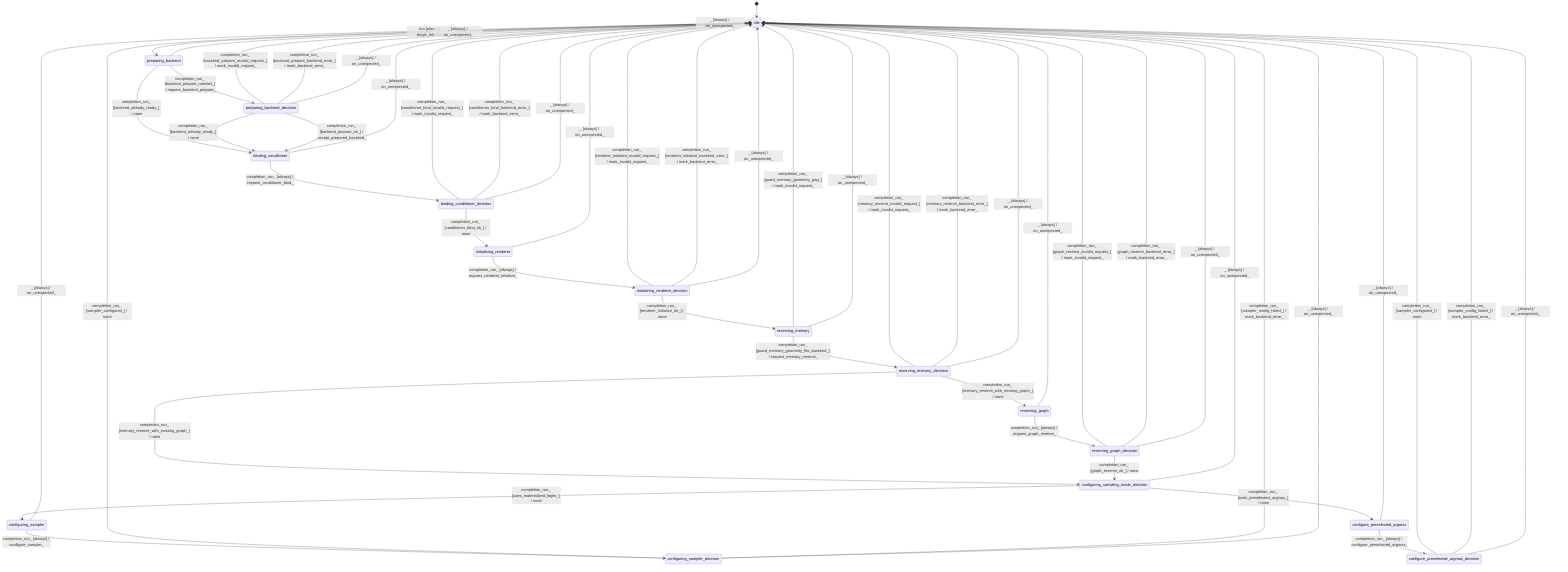
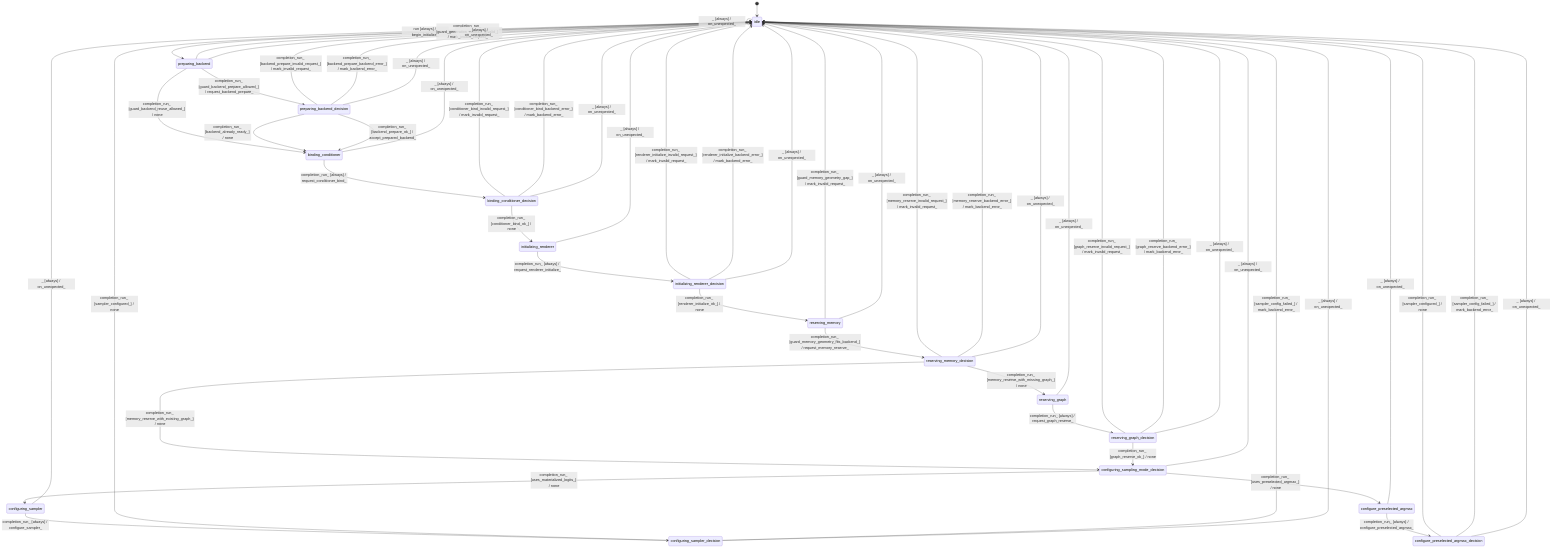
stateDiagram-v2
  direction TB
  [*] --> idle
  idle --> preparing_backend : run [always] / begin_initialize_
-   preparing_backend --> binding_conditioner : completion_run_ [backend_already_ready_] / none
+   preparing_backend --> binding_conditioner : completion_run_ [guard_backend_reuse_allowed_] / none
  preparing_backend_decision --> binding_conditioner : completion_run_ [backend_already_ready_] / none
-   preparing_backend --> preparing_backend_decision : completion_run_ [backend_prepare_needed_] / request_backend_prepare_
+   preparing_backend --> idle : completion_run_ [guard_generation_contract_invalid_] / mark_invalid_request_
+   preparing_backend --> preparing_backend_decision : completion_run_ [guard_backend_prepare_allowed_] / request_backend_prepare_
  preparing_backend_decision --> binding_conditioner : completion_run_ [backend_prepare_ok_] / accept_prepared_backend_
  preparing_backend_decision --> idle : completion_run_ [backend_prepare_invalid_request_] / mark_invalid_request_
  preparing_backend_decision --> idle : completion_run_ [backend_prepare_backend_error_] / mark_backend_error_
  binding_conditioner --> binding_conditioner_decision : completion_run_ [always] / request_conditioner_bind_
  binding_conditioner_decision --> initializing_renderer : completion_run_ [conditioner_bind_ok_] / none
  binding_conditioner_decision --> idle : completion_run_ [conditioner_bind_invalid_request_] / mark_invalid_request_
  binding_conditioner_decision --> idle : completion_run_ [conditioner_bind_backend_error_] / mark_backend_error_
  initializing_renderer --> initializing_renderer_decision : completion_run_ [always] / request_renderer_initialize_
  initializing_renderer_decision --> reserving_memory : completion_run_ [renderer_initialize_ok_] / none
  initializing_renderer_decision --> idle : completion_run_ [renderer_initialize_invalid_request_] / mark_invalid_request_
  initializing_renderer_decision --> idle : completion_run_ [renderer_initialize_backend_error_] / mark_backend_error_
  reserving_memory --> reserving_memory_decision : completion_run_ [guard_memory_geometry_fits_backend_] / request_memory_reserve_
  reserving_memory --> idle : completion_run_ [guard_memory_geometry_gap_] / mark_invalid_request_
  reserving_memory_decision --> configuring_sampling_mode_decision : completion_run_ [memory_reserve_with_existing_graph_] / none
  reserving_memory_decision --> reserving_graph : completion_run_ [memory_reserve_with_missing_graph_] / none
  reserving_memory_decision --> idle : completion_run_ [memory_reserve_invalid_request_] / mark_invalid_request_
  reserving_memory_decision --> idle : completion_run_ [memory_reserve_backend_error_] / mark_backend_error_
  reserving_graph --> reserving_graph_decision : completion_run_ [always] / request_graph_reserve_
  reserving_graph_decision --> configuring_sampling_mode_decision : completion_run_ [graph_reserve_ok_] / none
  reserving_graph_decision --> idle : completion_run_ [graph_reserve_invalid_request_] / mark_invalid_request_
  reserving_graph_decision --> idle : completion_run_ [graph_reserve_backend_error_] / mark_backend_error_
  configuring_sampling_mode_decision --> configuring_sampler : completion_run_ [uses_materialized_logits_] / none
  configuring_sampling_mode_decision --> configure_preselected_argmax : completion_run_ [uses_preselected_argmax_] / none
  configuring_sampler --> configuring_sampler_decision : completion_run_ [always] / configure_sampler_
  configuring_sampler_decision --> idle : completion_run_ [sampler_configured_] / none
  configuring_sampler_decision --> idle : completion_run_ [sampler_config_failed_] / mark_backend_error_
  configure_preselected_argmax --> configure_preselected_argmax_decision : completion_run_ [always] / configure_preselected_argmax_
  configure_preselected_argmax_decision --> idle : completion_run_ [sampler_configured_] / none
  configure_preselected_argmax_decision --> idle : completion_run_ [sampler_config_failed_] / mark_backend_error_
  idle --> idle : _ [always] / on_unexpected_
  preparing_backend --> idle : _ [always] / on_unexpected_
  preparing_backend_decision --> idle : _ [always] / on_unexpected_
  binding_conditioner --> idle : _ [always] / on_unexpected_
  binding_conditioner_decision --> idle : _ [always] / on_unexpected_
  initializing_renderer --> idle : _ [always] / on_unexpected_
  initializing_renderer_decision --> idle : _ [always] / on_unexpected_
  reserving_memory --> idle : _ [always] / on_unexpected_
  reserving_memory_decision --> idle : _ [always] / on_unexpected_
  reserving_graph --> idle : _ [always] / on_unexpected_
  reserving_graph_decision --> idle : _ [always] / on_unexpected_
  configuring_sampling_mode_decision --> idle : _ [always] / on_unexpected_
  configuring_sampler --> idle : _ [always] / on_unexpected_
  configuring_sampler_decision --> idle : _ [always] / on_unexpected_
  configure_preselected_argmax --> idle : _ [always] / on_unexpected_
  configure_preselected_argmax_decision --> idle : _ [always] / on_unexpected_
